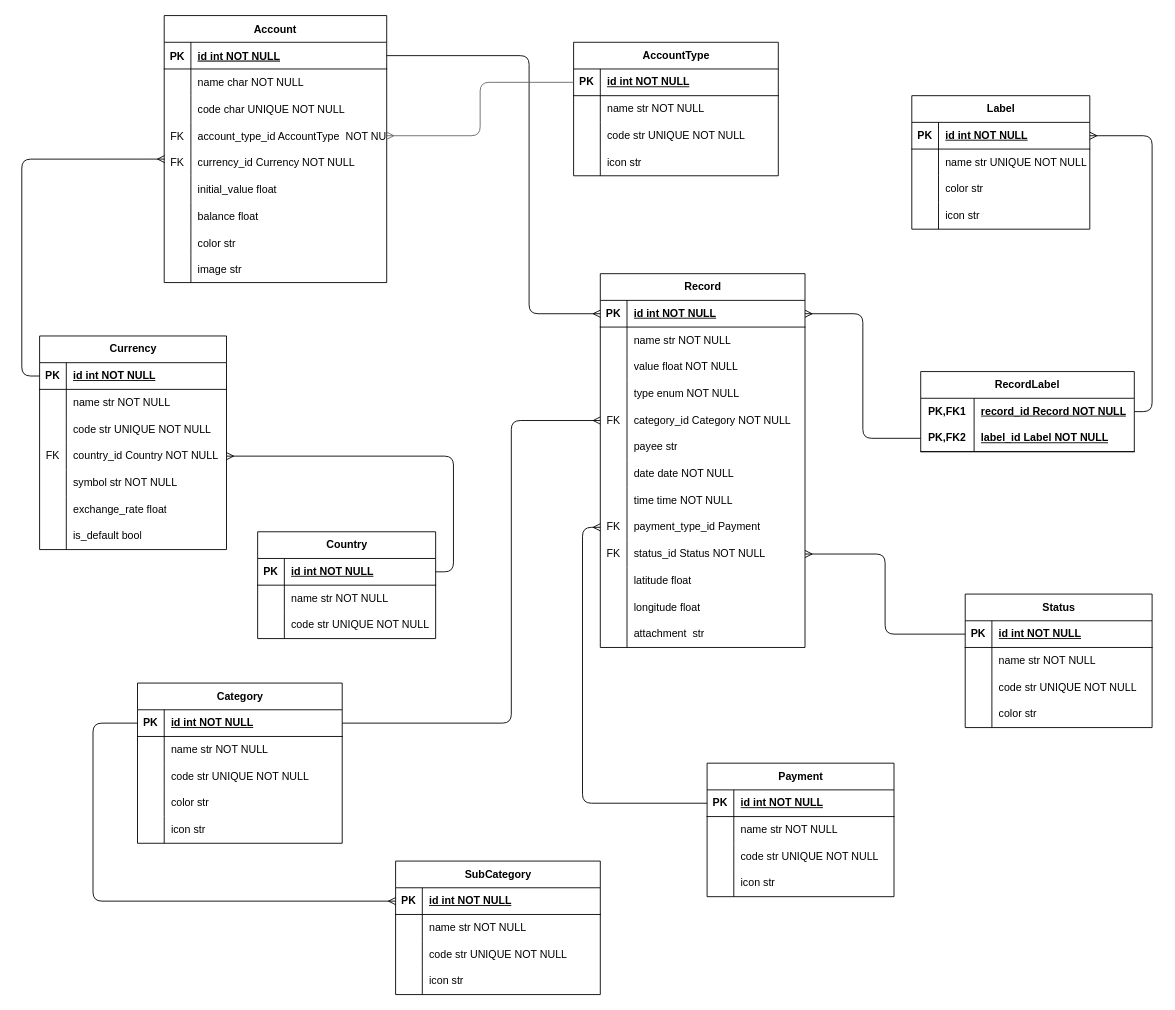
The draw.io diagram MoneyMinder.drawio in lStiven/moneyMinder, before the edit. Source tidied: cells renumbered, new cells numbered last; positions are measured from the earlier drawing's top-left corner, leaving out a move shared by most shapes. Both pictures are drawn from the tidied source at 89%, with x=0, y=0 at pixel (39, 15).
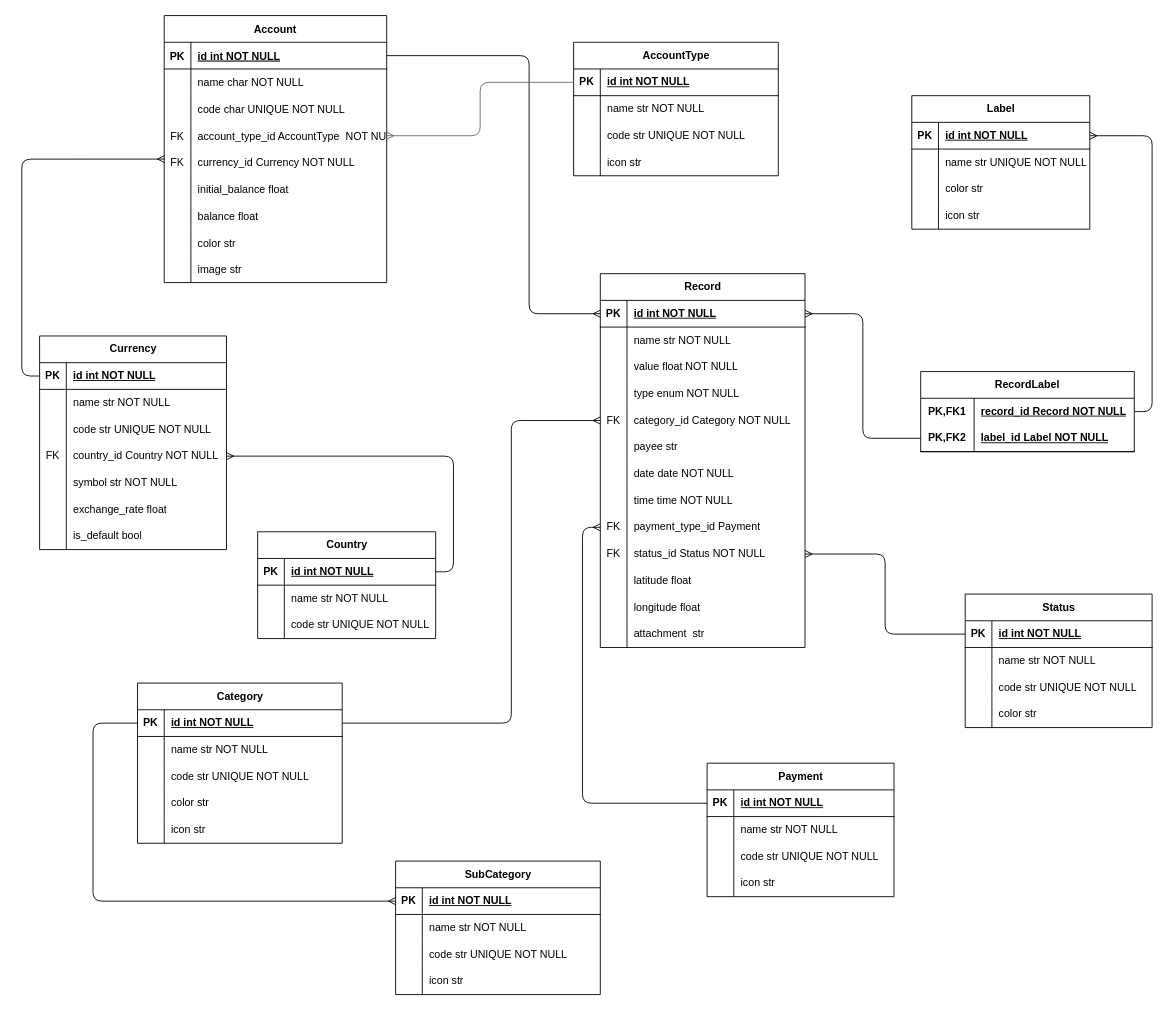
After the change.

Unchanged cells that the change refers to:
```xml
<mxCell id="18" style="shape=partialRectangle;fillColor=none;top=0;left=0;right=0;bottom=0;" parent="2" vertex="1">
  <mxGeometry y="180" width="250" height="30" as="geometry" />
</mxCell>
```

Change to the diagram source:
```diff
@@
-    <mxCell id="20" value="initial_value float" style="shape=partialRectangle;overflow=hidden;fillColor=none;top=0;left=0;bottom=0;right=0;align=left;spacingLeft=6;" parent="18" vertex="1">
+    <mxCell id="20" value="initial_balance float" style="shape=partialRectangle;overflow=hidden;fillColor=none;top=0;left=0;bottom=0;right=0;align=left;spacingLeft=6;" parent="18" vertex="1">
       <mxGeometry x="30" width="220" height="30" as="geometry" />
     </mxCell>
```
